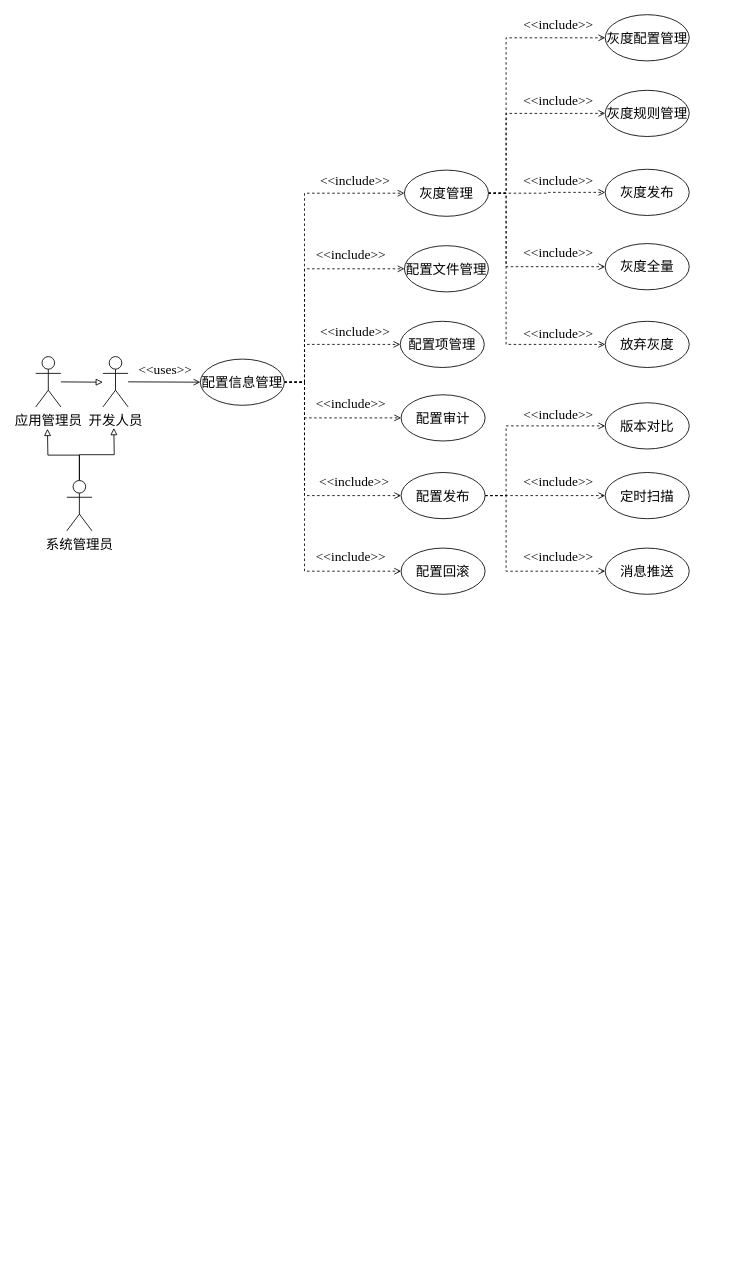
Earlier version of the draw.io diagram page "配置信息用例" (9 of 11) of 泳道图.drawio (WWj5921/ConfigCenter). Source tidied: cells renumbered, new cells numbered last; positions are measured from the earlier drawing's top-left corner, leaving out a move shared by most shapes. Both pictures are drawn from the tidied source at 84%, with x=0, y=0 at pixel (35, 14).
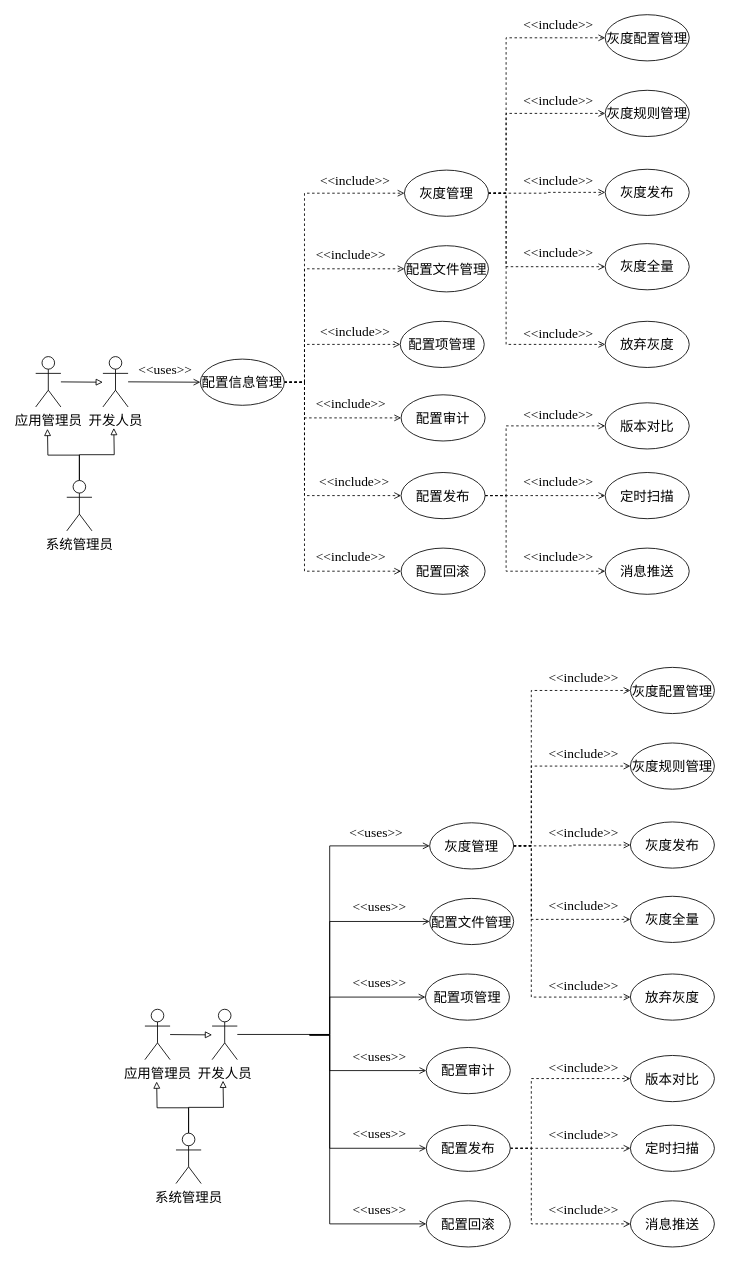
After the change.

The edit, as a diff of the source:
```diff
@@
+    <mxCell id="53" value="开发人员" style="shape=umlActor;verticalLabelPosition=bottom;verticalAlign=top;html=1;fontSize=16;fontColor=#000000;fontFamily=华文宋体;" parent="1" vertex="1">
+      <mxGeometry x="210" y="1184" width="30" height="60" as="geometry" />
+    </mxCell>
+    <mxCell id="54" style="edgeStyle=none;rounded=0;jettySize=auto;html=1;endArrow=block;endFill=0;fontSize=16;fontFamily=华文宋体;" parent="1" edge="1" source="55">
+      <mxGeometry relative="1" as="geometry">
+        <mxPoint x="210" y="1214.5" as="targetPoint" />
+      </mxGeometry>
+    </mxCell>
+    <mxCell id="55" value="应用管理员" style="shape=umlActor;verticalLabelPosition=bottom;verticalAlign=top;html=1;fontSize=16;fontColor=#000000;fontFamily=华文宋体;" parent="1" vertex="1">
+      <mxGeometry x="130" y="1184" width="30" height="60" as="geometry" />
+    </mxCell>
+    <mxCell id="56" style="edgeStyle=orthogonalEdgeStyle;rounded=0;jettySize=auto;html=1;endArrow=block;endFill=0;strokeWidth=1;exitX=0.5;exitY=0;exitDx=0;exitDy=0;exitPerimeter=0;fontSize=16;fontFamily=华文宋体;" parent="1" edge="1" source="58">
+      <mxGeometry relative="1" as="geometry">
+        <mxPoint x="223" y="1269" as="targetPoint" />
+      </mxGeometry>
+    </mxCell>
+    <mxCell id="57" style="edgeStyle=orthogonalEdgeStyle;rounded=0;jettySize=auto;html=1;exitX=0.5;exitY=0;exitDx=0;exitDy=0;exitPerimeter=0;endArrow=block;endFill=0;strokeWidth=1;fontSize=16;fontFamily=华文宋体;" parent="1" edge="1" source="58">
+      <mxGeometry relative="1" as="geometry">
+        <mxPoint x="144" y="1270" as="targetPoint" />
+      </mxGeometry>
+    </mxCell>
+    <mxCell id="58" value="系统管理员" style="shape=umlActor;verticalLabelPosition=bottom;verticalAlign=top;html=1;fontSize=16;fontColor=#000000;fontFamily=华文宋体;" parent="1" vertex="1">
+      <mxGeometry x="167" y="1331.5" width="30" height="60" as="geometry" />
+    </mxCell>
+    <mxCell id="59" style="edgeStyle=orthogonalEdgeStyle;rounded=0;jettySize=auto;html=1;exitX=1;exitY=0.5;exitDx=0;exitDy=0;entryX=0;entryY=0.5;entryDx=0;entryDy=0;fontFamily=Times New Roman;fontSize=16;fontColor=none;endArrow=open;endFill=0;startSize=0;" parent="1" edge="1" target="73">
+      <mxGeometry relative="1" as="geometry">
+        <mxPoint x="326" y="1214.5" as="sourcePoint" />
+        <Array as="points">
+          <mxPoint x="350" y="1215" />
+          <mxPoint x="350" y="1080" />
+        </Array>
+      </mxGeometry>
+    </mxCell>
+    <mxCell id="60" style="edgeStyle=orthogonalEdgeStyle;rounded=0;jettySize=auto;html=1;exitX=1;exitY=0.5;exitDx=0;exitDy=0;entryX=0;entryY=0.5;entryDx=0;entryDy=0;fontFamily=Times New Roman;fontSize=16;fontColor=none;endArrow=open;endFill=0;startSize=0;" parent="1" edge="1" target="72">
+      <mxGeometry relative="1" as="geometry">
+        <mxPoint x="326" y="1214.5" as="sourcePoint" />
+        <Array as="points">
+          <mxPoint x="350" y="1215" />
+          <mxPoint x="350" y="1257" />
+        </Array>
+      </mxGeometry>
+    </mxCell>
+    <mxCell id="61" style="edgeStyle=orthogonalEdgeStyle;rounded=0;jettySize=auto;html=1;exitX=1;exitY=0.5;exitDx=0;exitDy=0;entryX=0;entryY=0.5;entryDx=0;entryDy=0;fontFamily=Times New Roman;fontSize=16;fontColor=none;endArrow=open;endFill=0;startSize=0;" parent="1" edge="1" target="79">
+      <mxGeometry relative="1" as="geometry">
+        <mxPoint x="326" y="1214.5" as="sourcePoint" />
+        <Array as="points">
+          <mxPoint x="350" y="1215" />
+          <mxPoint x="350" y="1350" />
+        </Array>
+      </mxGeometry>
+    </mxCell>
+    <mxCell id="62" style="edgeStyle=orthogonalEdgeStyle;rounded=0;jettySize=auto;html=1;entryX=0;entryY=0.5;entryDx=0;entryDy=0;fontFamily=Times New Roman;fontSize=16;fontColor=none;endArrow=open;endFill=0;startSize=0;" parent="1" edge="1" target="65">
+      <mxGeometry relative="1" as="geometry">
+        <mxPoint x="326" y="1214.5" as="sourcePoint" />
+        <Array as="points">
+          <mxPoint x="350" y="1215" />
+          <mxPoint x="350" y="1440" />
+        </Array>
+      </mxGeometry>
+    </mxCell>
+    <mxCell id="63" style="edgeStyle=orthogonalEdgeStyle;rounded=0;jettySize=auto;html=1;exitX=1;exitY=0.5;exitDx=0;exitDy=0;entryX=0;entryY=0.5;entryDx=0;entryDy=0;fontFamily=Times New Roman;fontSize=16;fontColor=none;endArrow=open;endFill=0;startSize=0;" parent="1" edge="1" target="74">
+      <mxGeometry relative="1" as="geometry">
+        <mxPoint x="326" y="1214.5" as="sourcePoint" />
+        <Array as="points">
+          <mxPoint x="350" y="1215" />
+          <mxPoint x="350" y="1170" />
+        </Array>
+      </mxGeometry>
+    </mxCell>
+    <mxCell id="64" style="edgeStyle=orthogonalEdgeStyle;rounded=0;jettySize=auto;html=1;entryX=0;entryY=0.5;entryDx=0;entryDy=0;fontFamily=Times New Roman;fontSize=16;fontColor=none;endArrow=open;endFill=0;startSize=0;" parent="1" edge="1" source="53" target="71">
+      <mxGeometry relative="1" as="geometry">
+        <Array as="points">
+          <mxPoint x="350" y="1214" />
+          <mxPoint x="350" y="989" />
+        </Array>
+      </mxGeometry>
+    </mxCell>
+    <mxCell id="65" value="配置回滚" style="ellipse;whiteSpace=wrap;html=1;fontSize=16;fontFamily=华文宋体;" parent="1" vertex="1">
+      <mxGeometry x="465" y="1412" width="100" height="55" as="geometry" />
+    </mxCell>
+    <mxCell id="66" style="edgeStyle=orthogonalEdgeStyle;rounded=0;jettySize=auto;html=1;exitX=1;exitY=0.5;exitDx=0;exitDy=0;entryX=0;entryY=0.5;entryDx=0;entryDy=0;dashed=1;fontFamily=Times New Roman;fontSize=16;fontColor=none;endArrow=open;endFill=0;startSize=0;" parent="1" edge="1" source="71" target="82">
+      <mxGeometry relative="1" as="geometry">
+        <Array as="points">
+          <mxPoint x="590" y="990" />
+          <mxPoint x="590" y="804" />
+        </Array>
+      </mxGeometry>
+    </mxCell>
+    <mxCell id="67" style="edgeStyle=orthogonalEdgeStyle;rounded=0;jettySize=auto;html=1;exitX=1;exitY=0.5;exitDx=0;exitDy=0;entryX=0;entryY=0.5;entryDx=0;entryDy=0;dashed=1;fontFamily=Times New Roman;fontSize=16;fontColor=none;endArrow=open;endFill=0;startSize=0;" parent="1" edge="1" source="71" target="84">
+      <mxGeometry relative="1" as="geometry">
+        <Array as="points">
+          <mxPoint x="590" y="990" />
+          <mxPoint x="590" y="894" />
+        </Array>
+      </mxGeometry>
+    </mxCell>
+    <mxCell id="68" style="edgeStyle=orthogonalEdgeStyle;rounded=0;jettySize=auto;html=1;exitX=1;exitY=0.5;exitDx=0;exitDy=0;entryX=0;entryY=0.5;entryDx=0;entryDy=0;dashed=1;fontFamily=Times New Roman;fontSize=16;fontColor=none;endArrow=open;endFill=0;startSize=0;" parent="1" edge="1" source="71" target="80">
+      <mxGeometry relative="1" as="geometry" />
+    </mxCell>
+    <mxCell id="69" style="edgeStyle=orthogonalEdgeStyle;rounded=0;jettySize=auto;html=1;exitX=1;exitY=0.5;exitDx=0;exitDy=0;entryX=0;entryY=0.5;entryDx=0;entryDy=0;dashed=1;fontFamily=Times New Roman;fontSize=16;fontColor=none;endArrow=open;endFill=0;startSize=0;" parent="1" edge="1" source="71" target="83">
+      <mxGeometry relative="1" as="geometry">
+        <Array as="points">
+          <mxPoint x="590" y="990" />
+          <mxPoint x="590" y="1077" />
+        </Array>
+      </mxGeometry>
+    </mxCell>
+    <mxCell id="70" style="edgeStyle=orthogonalEdgeStyle;rounded=0;jettySize=auto;html=1;exitX=1;exitY=0.5;exitDx=0;exitDy=0;entryX=0;entryY=0.5;entryDx=0;entryDy=0;dashed=1;fontFamily=Times New Roman;fontSize=16;fontColor=none;endArrow=open;endFill=0;startSize=0;" parent="1" edge="1" source="71" target="81">
+      <mxGeometry relative="1" as="geometry">
+        <Array as="points">
+          <mxPoint x="590" y="990" />
+          <mxPoint x="590" y="1170" />
+        </Array>
+      </mxGeometry>
+    </mxCell>
+    <mxCell id="71" value="灰度管理" style="ellipse;whiteSpace=wrap;html=1;fontSize=16;fontFamily=华文宋体;" parent="1" vertex="1">
+      <mxGeometry x="469" y="962" width="100" height="55" as="geometry" />
+    </mxCell>
+    <mxCell id="72" value="配置审计" style="ellipse;whiteSpace=wrap;html=1;fontSize=16;fontFamily=华文宋体;" parent="1" vertex="1">
+      <mxGeometry x="465" y="1229.5" width="100" height="55" as="geometry" />
+    </mxCell>
+    <mxCell id="73" value="配置文件管理" style="ellipse;whiteSpace=wrap;html=1;fontSize=16;fontFamily=华文宋体;" parent="1" vertex="1">
+      <mxGeometry x="469" y="1052" width="100" height="55" as="geometry" />
+    </mxCell>
+    <mxCell id="74" value="配置项管理" style="ellipse;whiteSpace=wrap;html=1;fontSize=16;fontFamily=华文宋体;" parent="1" vertex="1">
+      <mxGeometry x="464" y="1142" width="100" height="55" as="geometry" />
+    </mxCell>
+    <mxCell id="75" value="&amp;lt;&amp;lt;uses&amp;gt;&amp;gt;" style="text;html=1;align=center;verticalAlign=middle;strokeColor=none;fillColor=none;fontSize=16;fontFamily=Times New Roman;" parent="1" vertex="1">
+      <mxGeometry x="365" y="964" width="80" height="20" as="geometry" />
+    </mxCell>
+    <mxCell id="76" style="edgeStyle=orthogonalEdgeStyle;rounded=0;jettySize=auto;html=1;exitX=1;exitY=0.5;exitDx=0;exitDy=0;entryX=0;entryY=0.5;entryDx=0;entryDy=0;dashed=1;fontFamily=Times New Roman;fontSize=16;fontColor=none;endArrow=open;endFill=0;startSize=0;" parent="1" edge="1" source="79" target="90">
+      <mxGeometry relative="1" as="geometry">
+        <Array as="points">
+          <mxPoint x="590" y="1350" />
+          <mxPoint x="590" y="1266" />
+        </Array>
+      </mxGeometry>
+    </mxCell>
+    <mxCell id="77" style="edgeStyle=orthogonalEdgeStyle;rounded=0;jettySize=auto;html=1;exitX=1;exitY=0.5;exitDx=0;exitDy=0;entryX=0;entryY=0.5;entryDx=0;entryDy=0;dashed=1;fontFamily=Times New Roman;fontSize=16;fontColor=none;endArrow=open;endFill=0;startSize=0;" parent="1" edge="1" source="79" target="92">
+      <mxGeometry relative="1" as="geometry" />
+    </mxCell>
+    <mxCell id="78" style="edgeStyle=orthogonalEdgeStyle;rounded=0;jettySize=auto;html=1;exitX=1;exitY=0.5;exitDx=0;exitDy=0;entryX=0;entryY=0.5;entryDx=0;entryDy=0;dashed=1;fontFamily=Times New Roman;fontSize=16;fontColor=none;endArrow=open;endFill=0;startSize=0;" parent="1" edge="1" source="79" target="91">
+      <mxGeometry relative="1" as="geometry">
+        <Array as="points">
+          <mxPoint x="590" y="1350" />
+          <mxPoint x="590" y="1440" />
+        </Array>
+      </mxGeometry>
+    </mxCell>
+    <mxCell id="79" value="配置发布" style="ellipse;whiteSpace=wrap;html=1;fontSize=16;fontFamily=华文宋体;" parent="1" vertex="1">
+      <mxGeometry x="465" y="1322" width="100" height="55" as="geometry" />
+    </mxCell>
+    <mxCell id="80" value="灰度发布" style="ellipse;whiteSpace=wrap;html=1;fontSize=16;fontFamily=华文宋体;" parent="1" vertex="1">
+      <mxGeometry x="708" y="961" width="100" height="55" as="geometry" />
+    </mxCell>
+    <mxCell id="81" value="放弃灰度" style="ellipse;whiteSpace=wrap;html=1;fontSize=16;fontFamily=华文宋体;" parent="1" vertex="1">
+      <mxGeometry x="708" y="1142" width="100" height="55" as="geometry" />
+    </mxCell>
+    <mxCell id="82" value="灰度配置管理" style="ellipse;whiteSpace=wrap;html=1;fontSize=16;fontFamily=华文宋体;" parent="1" vertex="1">
+      <mxGeometry x="708" y="777" width="100" height="55" as="geometry" />
+    </mxCell>
+    <mxCell id="83" value="灰度全量" style="ellipse;whiteSpace=wrap;html=1;fontSize=16;fontFamily=华文宋体;" parent="1" vertex="1">
+      <mxGeometry x="708" y="1049.5" width="100" height="55" as="geometry" />
+    </mxCell>
+    <mxCell id="84" value="灰度规则管理" style="ellipse;whiteSpace=wrap;html=1;fontSize=16;fontFamily=华文宋体;" parent="1" vertex="1">
+      <mxGeometry x="708" y="867" width="100" height="55" as="geometry" />
+    </mxCell>
+    <mxCell id="85" value="&amp;lt;&amp;lt;include&amp;gt;&amp;gt;" style="text;html=1;align=center;verticalAlign=middle;strokeColor=none;fillColor=none;fontSize=16;fontFamily=Times New Roman;" parent="1" vertex="1">
+      <mxGeometry x="601.5" y="779" width="100" height="20" as="geometry" />
+    </mxCell>
+    <mxCell id="86" value="&amp;lt;&amp;lt;include&amp;gt;&amp;gt;" style="text;html=1;align=center;verticalAlign=middle;strokeColor=none;fillColor=none;fontSize=16;fontFamily=Times New Roman;" parent="1" vertex="1">
+      <mxGeometry x="601.5" y="869" width="100" height="20" as="geometry" />
+    </mxCell>
+    <mxCell id="87" value="&amp;lt;&amp;lt;include&amp;gt;&amp;gt;" style="text;html=1;align=center;verticalAlign=middle;strokeColor=none;fillColor=none;fontSize=16;fontFamily=Times New Roman;" parent="1" vertex="1">
+      <mxGeometry x="601.5" y="964" width="100" height="20" as="geometry" />
+    </mxCell>
+    <mxCell id="88" value="&amp;lt;&amp;lt;include&amp;gt;&amp;gt;" style="text;html=1;align=center;verticalAlign=middle;strokeColor=none;fillColor=none;fontSize=16;fontFamily=Times New Roman;" parent="1" vertex="1">
+      <mxGeometry x="601.5" y="1049.5" width="100" height="20" as="geometry" />
+    </mxCell>
+    <mxCell id="89" value="&amp;lt;&amp;lt;include&amp;gt;&amp;gt;" style="text;html=1;align=center;verticalAlign=middle;strokeColor=none;fillColor=none;fontSize=16;fontFamily=Times New Roman;" parent="1" vertex="1">
+      <mxGeometry x="601.5" y="1145.5" width="100" height="20" as="geometry" />
+    </mxCell>
+    <mxCell id="90" value="版本对比" style="ellipse;whiteSpace=wrap;html=1;fontSize=16;fontFamily=华文宋体;" parent="1" vertex="1">
+      <mxGeometry x="708" y="1239" width="100" height="55" as="geometry" />
+    </mxCell>
+    <mxCell id="91" value="消息推送" style="ellipse;whiteSpace=wrap;html=1;fontSize=16;fontFamily=华文宋体;" parent="1" vertex="1">
+      <mxGeometry x="708" y="1412" width="100" height="55" as="geometry" />
+    </mxCell>
+    <mxCell id="92" value="定时扫描" style="ellipse;whiteSpace=wrap;html=1;fontSize=16;fontFamily=华文宋体;" parent="1" vertex="1">
+      <mxGeometry x="708" y="1322" width="100" height="55" as="geometry" />
+    </mxCell>
+    <mxCell id="93" value="&amp;lt;&amp;lt;include&amp;gt;&amp;gt;" style="text;html=1;align=center;verticalAlign=middle;strokeColor=none;fillColor=none;fontSize=16;fontFamily=Times New Roman;" parent="1" vertex="1">
+      <mxGeometry x="601.5" y="1243" width="100" height="20" as="geometry" />
+    </mxCell>
+    <mxCell id="94" value="&amp;lt;&amp;lt;include&amp;gt;&amp;gt;" style="text;html=1;align=center;verticalAlign=middle;strokeColor=none;fillColor=none;fontSize=16;fontFamily=Times New Roman;" parent="1" vertex="1">
+      <mxGeometry x="601.5" y="1323" width="100" height="20" as="geometry" />
+    </mxCell>
+    <mxCell id="95" value="&amp;lt;&amp;lt;include&amp;gt;&amp;gt;" style="text;html=1;align=center;verticalAlign=middle;strokeColor=none;fillColor=none;fontSize=16;fontFamily=Times New Roman;" parent="1" vertex="1">
+      <mxGeometry x="601.5" y="1412" width="100" height="20" as="geometry" />
+    </mxCell>
+    <mxCell id="96" value="&amp;lt;&amp;lt;uses&amp;gt;&amp;gt;" style="text;html=1;align=center;verticalAlign=middle;strokeColor=none;fillColor=none;fontSize=16;fontFamily=Times New Roman;" parent="1" vertex="1">
+      <mxGeometry x="369" y="1052" width="80" height="20" as="geometry" />
+    </mxCell>
+    <mxCell id="97" value="&amp;lt;&amp;lt;uses&amp;gt;&amp;gt;" style="text;html=1;align=center;verticalAlign=middle;strokeColor=none;fillColor=none;fontSize=16;fontFamily=Times New Roman;" parent="1" vertex="1">
+      <mxGeometry x="369" y="1142" width="80" height="20" as="geometry" />
+    </mxCell>
+    <mxCell id="98" value="&amp;lt;&amp;lt;uses&amp;gt;&amp;gt;" style="text;html=1;align=center;verticalAlign=middle;strokeColor=none;fillColor=none;fontSize=16;fontFamily=Times New Roman;" parent="1" vertex="1">
+      <mxGeometry x="369" y="1229.5" width="80" height="20" as="geometry" />
+    </mxCell>
+    <mxCell id="99" value="&amp;lt;&amp;lt;uses&amp;gt;&amp;gt;" style="text;html=1;align=center;verticalAlign=middle;strokeColor=none;fillColor=none;fontSize=16;fontFamily=Times New Roman;" parent="1" vertex="1">
+      <mxGeometry x="369" y="1322" width="80" height="20" as="geometry" />
+    </mxCell>
+    <mxCell id="100" value="&amp;lt;&amp;lt;uses&amp;gt;&amp;gt;" style="text;html=1;align=center;verticalAlign=middle;strokeColor=none;fillColor=none;fontSize=16;fontFamily=Times New Roman;" parent="1" vertex="1">
+      <mxGeometry x="369" y="1412" width="80" height="20" as="geometry" />
+    </mxCell>
```
